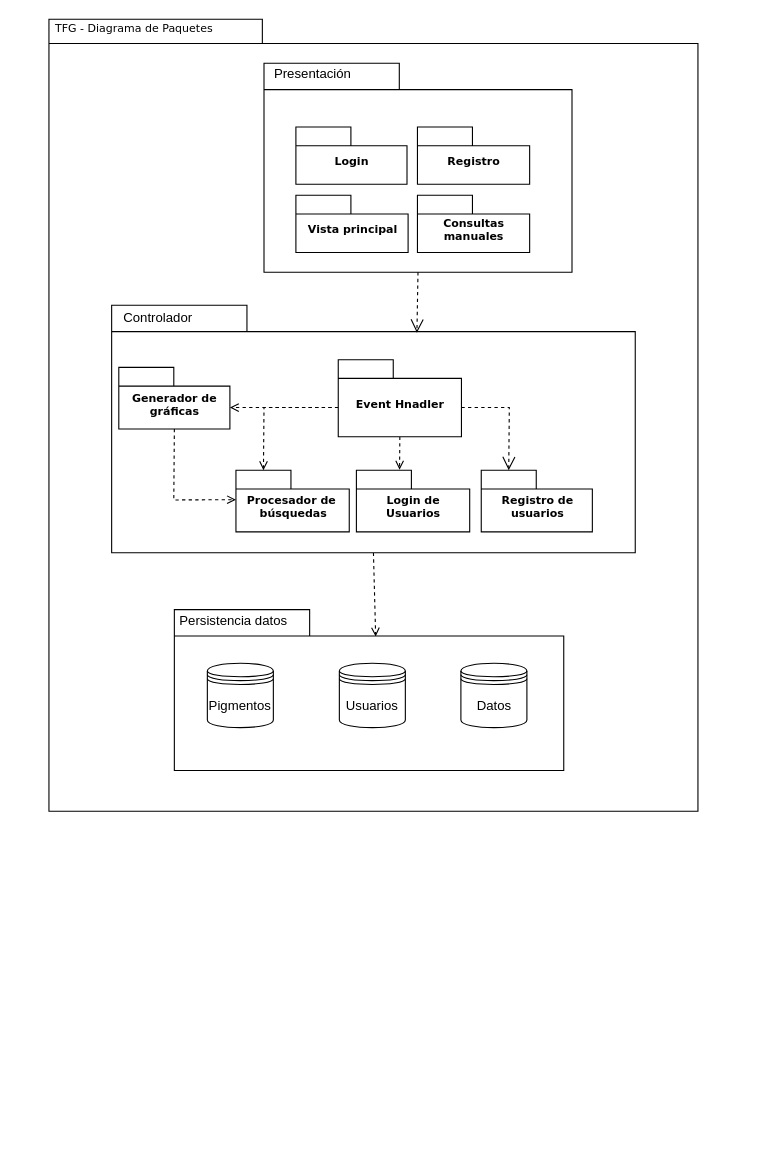
This is doc/diagramas/arquitecturaAltoNivel.drawio from SergioEstebanP/TFG-PigmentationDatabaseApp, a draw.io file, before an edit. Source tidied: cells renumbered, new cells numbered last; positions are measured from the earlier drawing's top-left corner, leaving out a move shared by most shapes. Both pictures are drawn from the tidied source at 110%, with x=0, y=0 at pixel (48, 19).
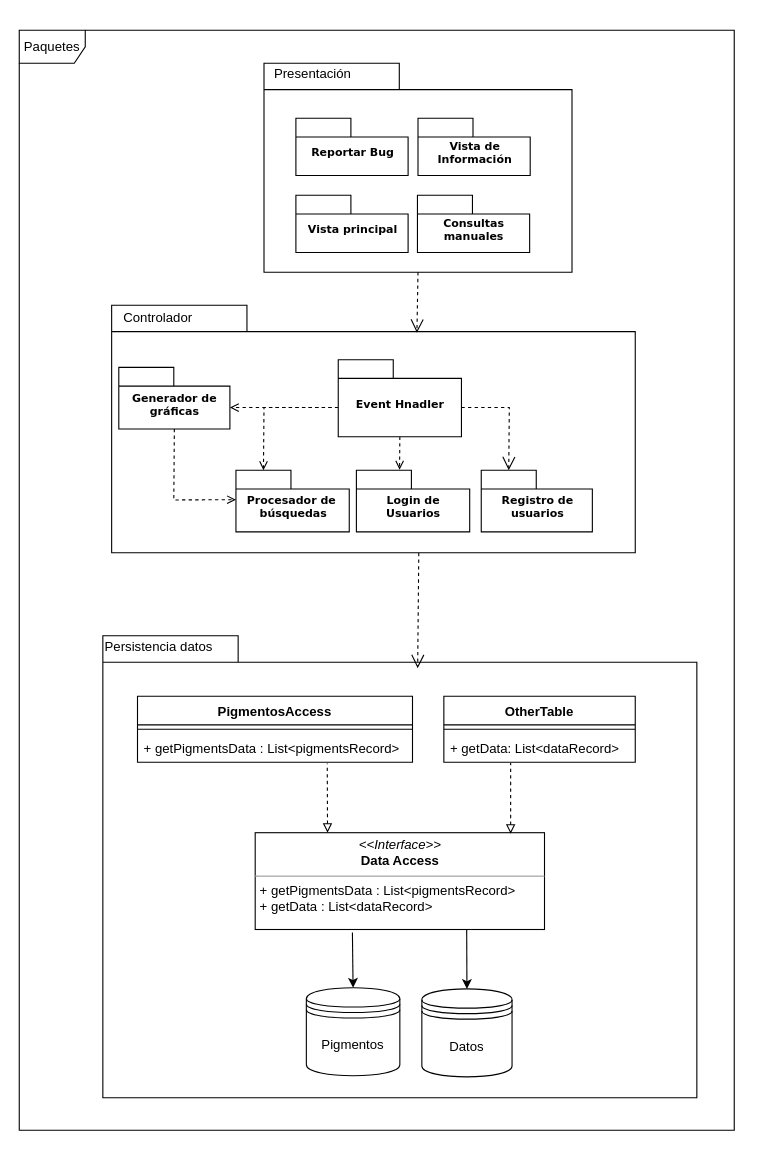
The same diagram, later.

The change refers to these unchanged cells:
```xml
<mxCell id="2" style="group;" parent="1" vertex="1">
  <mxGeometry x="195.5" y="40" width="451" height="190" as="geometry" />
</mxCell>
<mxCell id="10" style="shape=folder;fontStyle=1;spacingTop=10;tabWidth=123;tabHeight=24;tabPosition=left;html=1;rounded=0;shadow=0;comic=0;labelBackgroundColor=none;strokeColor=#000000;strokeWidth=1;fillColor=#ffffff;fontFamily=Verdana;fontSize=10;fontColor=#000000;align=center;" parent="1" vertex="1">
  <mxGeometry x="57" y="260" width="476" height="225" as="geometry" />
</mxCell>
```

What changed in the source:
```diff
@@
+    <mxCell id="31" style="group;" parent="1" vertex="1">
+      <mxGeometry x="49" y="560.5" width="540" height="420" as="geometry" />
+    </mxCell>
+    <mxCell id="25" style="shape=folder;fontStyle=1;spacingTop=10;tabWidth=123;tabHeight=24;tabPosition=left;html=1;rounded=0;shadow=0;comic=0;labelBackgroundColor=none;strokeColor=#000000;strokeWidth=1;fillColor=#ffffff;fontFamily=Verdana;fontSize=10;fontColor=#000000;align=center;" parent="31" vertex="1">
+      <mxGeometry width="540" height="420" as="geometry" />
+    </mxCell>
+    <mxCell id="29" value="Persistencia datos&lt;br&gt;&lt;br&gt;" style="text;html=1;align=left;verticalAlign=top;spacingTop=-4;" parent="31" vertex="1">
+      <mxGeometry y="0.4" width="110" height="30" as="geometry" />
+    </mxCell>
+    <mxCell id="32" style="rounded=0;jettySize=auto;html=1;exitX=0.5;exitY=0;exitDx=0;exitDy=0;entryX=0.731;entryY=0.989;entryDx=0;entryDy=0;startArrow=classic;startFill=1;entryPerimeter=0;endArrow=none;endFill=0;" parent="31" edge="1" source="26" target="34">
+      <mxGeometry relative="1" as="geometry" />
+    </mxCell>
+    <mxCell id="26" value="Datos" style="shape=datastore;whiteSpace=wrap;html=1;" parent="31" vertex="1">
+      <mxGeometry x="290" y="321" width="82" height="80" as="geometry" />
+    </mxCell>
+    <mxCell id="28" value="Pigmentos" style="shape=datastore;whiteSpace=wrap;html=1;" parent="31" vertex="1">
+      <mxGeometry x="185" y="320" width="85" height="80" as="geometry" />
+    </mxCell>
+    <mxCell id="33" style="rounded=0;jettySize=auto;html=1;entryX=0.5;entryY=0;entryDx=0;entryDy=0;startArrow=none;startFill=0;exitX=0.336;exitY=1.032;exitDx=0;exitDy=0;exitPerimeter=0;" parent="31" edge="1" source="34" target="28">
+      <mxGeometry relative="1" as="geometry" />
+    </mxCell>
+    <mxCell id="34" value="&lt;p style=&quot;margin: 0px ; margin-top: 4px ; text-align: center&quot;&gt;&lt;i&gt;&amp;lt;&amp;lt;Interface&amp;gt;&amp;gt;&lt;/i&gt;&lt;br&gt;&lt;b&gt;Data Access&lt;/b&gt;&lt;/p&gt;&lt;hr size=&quot;1&quot;&gt;&lt;p style=&quot;margin: 0px ; margin-left: 4px&quot;&gt;+ getPigmentsData : List&amp;lt;pigmentsRecord&amp;gt;&lt;/p&gt;&lt;p style=&quot;margin: 0px ; margin-left: 4px&quot;&gt;+ getData : List&amp;lt;dataRecord&amp;gt;&amp;nbsp;&lt;br&gt;&lt;/p&gt;&lt;br&gt;" style="verticalAlign=top;align=left;overflow=fill;fontSize=12;fontFamily=Helvetica;html=1;" parent="31" vertex="1">
+      <mxGeometry x="138.5" y="179" width="263" height="88" as="geometry" />
+    </mxCell>
+    <mxCell id="35" value="PigmentosAccess" style="swimlane;fontStyle=1;align=center;verticalAlign=top;horizontal=1;startSize=26;" parent="31" vertex="1">
+      <mxGeometry x="31.5" y="55" width="250" height="60" as="geometry" />
+    </mxCell>
+    <mxCell id="36" style="line;strokeWidth=1;fillColor=none;align=left;verticalAlign=middle;spacingTop=-1;spacingLeft=3;spacingRight=3;labelPosition=right;" parent="35" vertex="1">
+      <mxGeometry y="26" width="250" height="8" as="geometry" />
+    </mxCell>
+    <mxCell id="37" value="+ getPigmentsData : List&lt;pigmentsRecord&gt; " style="text;strokeColor=none;fillColor=none;align=left;verticalAlign=top;spacingLeft=4;spacingRight=4;overflow=hidden;points=[[0,0.5],[1,0.5]];portConstraint=eastwest;" parent="35" vertex="1">
+      <mxGeometry y="34" width="250" height="26" as="geometry" />
+    </mxCell>
+    <mxCell id="38" value="OtherTable" style="swimlane;fontStyle=1;align=center;verticalAlign=top;horizontal=1;startSize=26;" parent="31" vertex="1">
+      <mxGeometry x="310" y="55" width="174" height="60" as="geometry" />
+    </mxCell>
+    <mxCell id="39" style="line;strokeWidth=1;fillColor=none;align=left;verticalAlign=middle;spacingTop=-1;spacingLeft=3;spacingRight=3;labelPosition=right;" parent="38" vertex="1">
+      <mxGeometry y="26" width="174" height="8" as="geometry" />
+    </mxCell>
+    <mxCell id="40" value="+ getData: List&lt;dataRecord&gt; " style="text;strokeColor=none;fillColor=none;align=left;verticalAlign=top;spacingLeft=4;spacingRight=4;overflow=hidden;points=[[0,0.5],[1,0.5]];portConstraint=eastwest;" parent="38" vertex="1">
+      <mxGeometry y="34" width="174" height="26" as="geometry" />
+    </mxCell>
+    <mxCell id="41" style="endArrow=none;dashed=1;html=1;entryX=0.69;entryY=1.04;entryDx=0;entryDy=0;entryPerimeter=0;exitX=0.25;exitY=0;exitDx=0;exitDy=0;startArrow=block;startFill=0;" parent="31" edge="1" source="34" target="37">
+      <mxGeometry relative="1" as="geometry" />
+    </mxCell>
+    <mxCell id="42" style="endArrow=none;dashed=1;html=1;entryX=0.349;entryY=1.022;entryDx=0;entryDy=0;entryPerimeter=0;exitX=0.883;exitY=0.01;exitDx=0;exitDy=0;exitPerimeter=0;startArrow=block;startFill=0;" parent="31" edge="1" source="34" target="40">
+      <mxGeometry relative="1" as="geometry" />
+    </mxCell>
@@
-    <mxCell id="4" value="Login" style="shape=folder;fontStyle=1;spacingTop=10;tabWidth=50;tabHeight=17;tabPosition=left;html=1;rounded=0;shadow=0;comic=0;labelBackgroundColor=none;strokeColor=#000000;strokeWidth=1;fillColor=#ffffff;fontFamily=Verdana;fontSize=10;fontColor=#000000;align=center;" parent="2" vertex="1">
-      <mxGeometry x="29" y="58" width="101" height="52" as="geometry" />
-    </mxCell>
-    <mxCell id="5" value="Registro" style="shape=folder;fontStyle=1;spacingTop=10;tabWidth=50;tabHeight=17;tabPosition=left;html=1;rounded=0;shadow=0;comic=0;labelBackgroundColor=none;strokeColor=#000000;strokeWidth=1;fillColor=#ffffff;fontFamily=Verdana;fontSize=10;fontColor=#000000;align=center;" parent="2" vertex="1">
-      <mxGeometry x="139.5" y="58" width="102" height="52" as="geometry" />
-    </mxCell>
@@
-    <mxCell id="9" style="edgeStyle=none;rounded=0;jettySize=auto;html=1;exitX=0.5;exitY=1;exitDx=0;exitDy=0;exitPerimeter=0;dashed=1;endArrow=open;endFill=0;entryX=0.517;entryY=0.167;entryDx=0;entryDy=0;entryPerimeter=0;" parent="1" edge="1" source="10" target="25">
-      <mxGeometry relative="1" as="geometry" />
-    </mxCell>
+    <mxCell id="43" value="Reportar Bug" style="shape=folder;fontStyle=1;spacingTop=10;tabWidth=50;tabHeight=17;tabPosition=left;html=1;rounded=0;shadow=0;comic=0;labelBackgroundColor=none;strokeColor=#000000;strokeWidth=1;fillColor=#ffffff;fontFamily=Verdana;fontSize=10;fontColor=#000000;align=center;" parent="2" vertex="1">
+      <mxGeometry x="29" y="50" width="102" height="52" as="geometry" />
+    </mxCell>
+    <mxCell id="44" value="Vista de &lt;br&gt;Información" style="shape=folder;fontStyle=1;spacingTop=10;tabWidth=50;tabHeight=17;tabPosition=left;html=1;rounded=0;shadow=0;comic=0;labelBackgroundColor=none;strokeColor=#000000;strokeWidth=1;fillColor=#ffffff;fontFamily=Verdana;fontSize=10;fontColor=#000000;align=center;" parent="2" vertex="1">
+      <mxGeometry x="140" y="50" width="102" height="52" as="geometry" />
+    </mxCell>
@@
-    <mxCell id="23" style="group;" parent="1" vertex="1">
-      <mxGeometry width="590" height="781" as="geometry" />
-    </mxCell>
-    <mxCell id="24" value="TFG - Diagrama de Paquetes" style="text;html=1;align=left;verticalAlign=top;spacingTop=-4;fontSize=10;fontFamily=Verdana;fontColor=#000000;" parent="23" vertex="1">
-      <mxGeometry x="3.5" width="130" height="20.8" as="geometry" />
-    </mxCell>
-    <mxCell id="25" style="shape=folder;fontStyle=1;spacingTop=10;tabWidth=123;tabHeight=24;tabPosition=left;html=1;rounded=0;shadow=0;comic=0;labelBackgroundColor=none;strokeColor=#000000;strokeWidth=1;fillColor=#ffffff;fontFamily=Verdana;fontSize=10;fontColor=#000000;align=center;" parent="23" vertex="1">
-      <mxGeometry x="114" y="536.7" width="354" height="146.2" as="geometry" />
-    </mxCell>
-    <mxCell id="26" value="Datos" style="shape=datastore;whiteSpace=wrap;html=1;" parent="23" vertex="1">
-      <mxGeometry x="374.5" y="585.5" width="60" height="58.5" as="geometry" />
-    </mxCell>
-    <mxCell id="27" value="Usuarios" style="shape=datastore;whiteSpace=wrap;html=1;" parent="23" vertex="1">
-      <mxGeometry x="264" y="585.5" width="60" height="58.5" as="geometry" />
-    </mxCell>
-    <mxCell id="28" value="Pigmentos" style="shape=datastore;whiteSpace=wrap;html=1;" parent="23" vertex="1">
-      <mxGeometry x="144" y="585.5" width="60" height="58.5" as="geometry" />
-    </mxCell>
-    <mxCell id="29" value="Persistencia datos&lt;br&gt;&lt;br&gt;" style="text;html=1;align=left;verticalAlign=top;spacingTop=-4;" parent="23" vertex="1">
-      <mxGeometry x="117" y="536.7" width="110" height="30" as="geometry" />
-    </mxCell>
-    <mxCell id="30" style="shape=folder;fontStyle=1;spacingTop=10;tabWidth=194;tabHeight=22;tabPosition=left;html=1;rounded=0;shadow=0;comic=0;labelBackgroundColor=none;strokeColor=#000000;strokeWidth=1;fillColor=none;fontFamily=Verdana;fontSize=10;fontColor=#000000;align=center;" parent="23" vertex="1">
-      <mxGeometry width="590" height="720" as="geometry" />
-    </mxCell>
+    <mxCell id="45" style="rounded=0;html=1;entryX=0.53;entryY=0.07;entryPerimeter=0;dashed=1;labelBackgroundColor=none;startFill=0;endArrow=open;endFill=0;endSize=10;fontFamily=Verdana;fontSize=10;entryDx=0;entryDy=0;exitX=0.5;exitY=1;exitDx=0;exitDy=0;exitPerimeter=0;" parent="1" edge="1" target="25">
+      <mxGeometry relative="1" as="geometry">
+        <mxPoint x="336.2" y="485.2" as="sourcePoint" />
+      </mxGeometry>
+    </mxCell>
+    <mxCell id="46" value="Paquetes" style="shape=umlFrame;whiteSpace=wrap;html=1;" parent="1" vertex="1">
+      <mxGeometry x="-27" y="10" width="650" height="1000" as="geometry" />
+    </mxCell>
```
